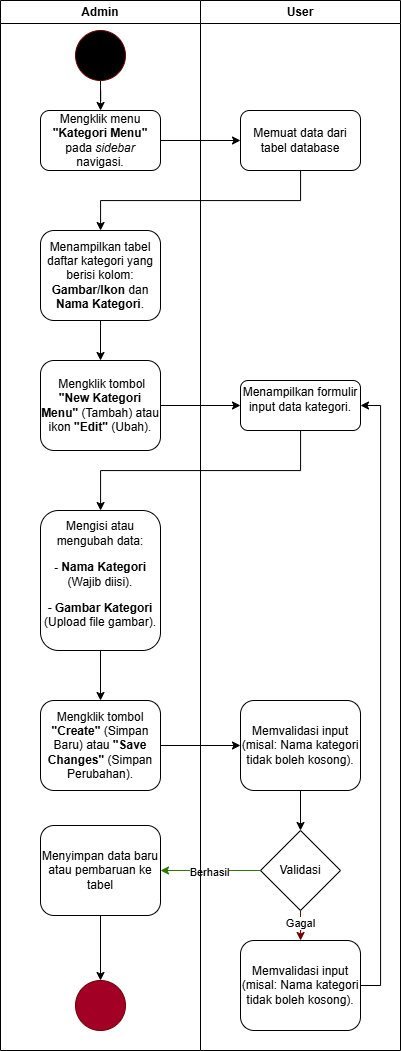
This is Docs/Use Case/activityfinal/Activity Diagram-Daftar Kategori.drawio.png from gustitriprayoga/Sistem-Pembayaran-QR, a draw.io export, as it was before one commit. Source tidied: cells renumbered, new cells last; positions are measured from the earlier drawing's top-left corner, leaving out a move shared by most shapes. Source of this version:
```xml
<mxGraphModel>
  <root>
    <mxCell id="0" />
    <mxCell id="1" parent="0" />
    <mxCell id="2" style="edgeStyle=orthogonalEdgeStyle;rounded=0;jettySize=auto;html=1;" parent="1" edge="1" source="3" target="5">
      <mxGeometry relative="1" as="geometry" />
    </mxCell>
    <mxCell id="3" value="Mengklik menu &lt;b&gt;&quot;Kategori Menu&quot;&lt;/b&gt; pada &lt;i&gt;sidebar&lt;/i&gt; navigasi." style="rounded=1;whiteSpace=wrap;html=1;" parent="1" vertex="1">
      <mxGeometry x="40" y="110" width="120" height="60" as="geometry" />
    </mxCell>
    <mxCell id="4" style="edgeStyle=orthogonalEdgeStyle;rounded=0;jettySize=auto;html=1;" parent="1" edge="1" source="5" target="7">
      <mxGeometry relative="1" as="geometry">
        <Array as="points">
          <mxPoint x="300" y="200" />
          <mxPoint x="100" y="200" />
        </Array>
      </mxGeometry>
    </mxCell>
    <mxCell id="5" value="Memuat data dari tabel database" style="rounded=1;whiteSpace=wrap;html=1;" parent="1" vertex="1">
      <mxGeometry x="240" y="110" width="120" height="60" as="geometry" />
    </mxCell>
    <mxCell id="6" style="edgeStyle=orthogonalEdgeStyle;rounded=0;jettySize=auto;html=1;" parent="1" edge="1" source="7" target="9">
      <mxGeometry relative="1" as="geometry" />
    </mxCell>
    <mxCell id="7" value="Menampilkan tabel daftar kategori yang berisi kolom: &lt;b&gt;Gambar/Ikon&lt;/b&gt; dan &lt;b&gt;Nama Kategori&lt;/b&gt;." style="rounded=1;whiteSpace=wrap;html=1;" parent="1" vertex="1">
      <mxGeometry x="40" y="230" width="120" height="90" as="geometry" />
    </mxCell>
    <mxCell id="8" style="edgeStyle=orthogonalEdgeStyle;rounded=0;jettySize=auto;html=1;" parent="1" edge="1" source="9" target="11">
      <mxGeometry relative="1" as="geometry" />
    </mxCell>
    <mxCell id="9" value="&amp;nbsp;Mengklik tombol &lt;b&gt;&quot;New Kategori Menu&quot;&lt;/b&gt; (Tambah) atau ikon &lt;b&gt;&quot;Edit&quot;&lt;/b&gt; (Ubah)." style="rounded=1;whiteSpace=wrap;html=1;" parent="1" vertex="1">
      <mxGeometry x="40" y="360" width="120" height="90" as="geometry" />
    </mxCell>
    <mxCell id="10" style="edgeStyle=orthogonalEdgeStyle;rounded=0;jettySize=auto;html=1;" parent="1" edge="1" source="11" target="13">
      <mxGeometry relative="1" as="geometry">
        <Array as="points">
          <mxPoint x="300" y="470" />
          <mxPoint x="100" y="470" />
        </Array>
      </mxGeometry>
    </mxCell>
    <mxCell id="11" value="Menampilkan formulir input data kategori.&lt;p&gt;&lt;/p&gt;" style="rounded=1;whiteSpace=wrap;html=1;" parent="1" vertex="1">
      <mxGeometry x="240" y="380" width="120" height="50" as="geometry" />
    </mxCell>
    <mxCell id="12" style="edgeStyle=orthogonalEdgeStyle;rounded=0;jettySize=auto;html=1;" parent="1" edge="1" source="13" target="15">
      <mxGeometry relative="1" as="geometry" />
    </mxCell>
    <mxCell id="13" value="Mengisi atau mengubah data:&lt;p&gt;&lt;/p&gt;&lt;div&gt;&lt;p&gt; &lt;b&gt;- Nama Kategori&lt;/b&gt; (Wajib diisi).&lt;/p&gt;&lt;p&gt;- &lt;b&gt;Gambar Kategori&lt;/b&gt; (Upload file gambar).&lt;/p&gt;&lt;/div&gt;" style="rounded=1;whiteSpace=wrap;html=1;" parent="1" vertex="1">
      <mxGeometry x="40" y="510" width="120" height="140" as="geometry" />
    </mxCell>
    <mxCell id="14" style="edgeStyle=orthogonalEdgeStyle;rounded=0;jettySize=auto;html=1;" parent="1" edge="1" source="15" target="17">
      <mxGeometry relative="1" as="geometry" />
    </mxCell>
    <mxCell id="15" value="Mengklik tombol &lt;b&gt;&quot;Create&quot;&lt;/b&gt; (Simpan Baru) atau &lt;b&gt;&quot;Save Changes&quot;&lt;/b&gt; (Simpan Perubahan)." style="rounded=1;whiteSpace=wrap;html=1;" parent="1" vertex="1">
      <mxGeometry x="40" y="700" width="120" height="90" as="geometry" />
    </mxCell>
    <mxCell id="16" style="edgeStyle=orthogonalEdgeStyle;rounded=0;jettySize=auto;html=1;exitX=0.5;exitY=1;exitDx=0;exitDy=0;entryX=0.5;entryY=0;entryDx=0;entryDy=0;" parent="1" edge="1" source="17" target="22">
      <mxGeometry relative="1" as="geometry" />
    </mxCell>
    <mxCell id="17" value="Memvalidasi input (misal: Nama kategori tidak boleh kosong)." style="rounded=1;whiteSpace=wrap;html=1;" parent="1" vertex="1">
      <mxGeometry x="240" y="700" width="120" height="90" as="geometry" />
    </mxCell>
    <mxCell id="18" style="edgeStyle=orthogonalEdgeStyle;rounded=0;jettySize=auto;html=1;exitX=0.5;exitY=1;exitDx=0;exitDy=0;fillColor=#a20025;strokeColor=#6F0000;" parent="1" edge="1" source="22" target="24">
      <mxGeometry relative="1" as="geometry" />
    </mxCell>
    <mxCell id="19" value="Gagal" style="edgeLabel;html=1;align=center;verticalAlign=middle;" parent="18" vertex="1">
      <mxGeometry x="-0.54" y="-1" relative="1" as="geometry" />
    </mxCell>
    <mxCell id="20" style="edgeStyle=orthogonalEdgeStyle;rounded=0;jettySize=auto;html=1;exitX=0;exitY=0.5;exitDx=0;exitDy=0;entryX=1;entryY=0.5;entryDx=0;entryDy=0;fillColor=#60a917;strokeColor=#2D7600;" parent="1" edge="1" source="22" target="26">
      <mxGeometry relative="1" as="geometry" />
    </mxCell>
    <mxCell id="21" value="Berhasil" style="edgeLabel;html=1;align=center;verticalAlign=middle;" parent="20" vertex="1">
      <mxGeometry x="0.04" y="1" relative="1" as="geometry" />
    </mxCell>
    <mxCell id="22" value="Validasi" style="rhombus;whiteSpace=wrap;html=1;" parent="1" vertex="1">
      <mxGeometry x="260" y="830" width="80" height="80" as="geometry" />
    </mxCell>
    <mxCell id="23" style="edgeStyle=orthogonalEdgeStyle;rounded=0;jettySize=auto;html=1;exitX=1;exitY=0.5;exitDx=0;exitDy=0;entryX=1;entryY=0.5;entryDx=0;entryDy=0;" parent="1" edge="1" source="24" target="11">
      <mxGeometry relative="1" as="geometry" />
    </mxCell>
    <mxCell id="24" value="Memvalidasi input (misal: Nama kategori tidak boleh kosong)." style="rounded=1;whiteSpace=wrap;html=1;" parent="1" vertex="1">
      <mxGeometry x="240" y="940" width="120" height="90" as="geometry" />
    </mxCell>
    <mxCell id="25" style="edgeStyle=orthogonalEdgeStyle;rounded=0;jettySize=auto;html=1;exitX=0.5;exitY=1;exitDx=0;exitDy=0;entryX=0.5;entryY=0;entryDx=0;entryDy=0;" parent="1" edge="1" source="26" target="27">
      <mxGeometry relative="1" as="geometry" />
    </mxCell>
    <mxCell id="26" value="Menyimpan data baru atau pembaruan ke tabel" style="rounded=1;whiteSpace=wrap;html=1;" parent="1" vertex="1">
      <mxGeometry x="40" y="825" width="120" height="90" as="geometry" />
    </mxCell>
    <mxCell id="27" style="ellipse;whiteSpace=wrap;html=1;fillColor=#a20025;fontColor=#ffffff;strokeColor=#6F0000;" parent="1" vertex="1">
      <mxGeometry x="75" y="980" width="50" height="50" as="geometry" />
    </mxCell>
    <mxCell id="28" style="edgeStyle=orthogonalEdgeStyle;rounded=0;jettySize=auto;html=1;exitX=0.5;exitY=1;exitDx=0;exitDy=0;" parent="1" edge="1" source="29" target="3">
      <mxGeometry relative="1" as="geometry" />
    </mxCell>
    <mxCell id="29" style="ellipse;whiteSpace=wrap;html=1;fillColor=#000000;fontColor=#ffffff;strokeColor=#6F0000;" parent="1" vertex="1">
      <mxGeometry x="75" y="30" width="50" height="50" as="geometry" />
    </mxCell>
    <mxCell id="30" value="Admin" style="swimlane;whiteSpace=wrap;html=1;" parent="1" vertex="1">
      <mxGeometry width="200" height="1050" as="geometry" />
    </mxCell>
    <mxCell id="31" value="User" style="swimlane;whiteSpace=wrap;html=1;" parent="1" vertex="1">
      <mxGeometry x="200" width="200" height="1050" as="geometry" />
    </mxCell>
  </root>
</mxGraphModel>
```
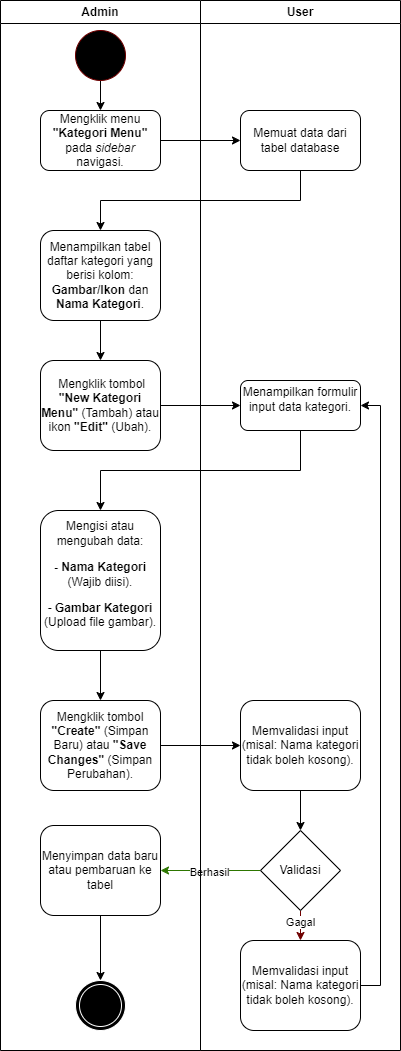
After the commit.

Change to the diagram source:
```diff
@@ -81,15 +81,12 @@
     <mxCell id="24" value="Memvalidasi input (misal: Nama kategori tidak boleh kosong)." style="rounded=1;whiteSpace=wrap;html=1;" parent="1" vertex="1">
       <mxGeometry x="240" y="940" width="120" height="90" as="geometry" />
     </mxCell>
-    <mxCell id="25" style="edgeStyle=orthogonalEdgeStyle;rounded=0;jettySize=auto;html=1;exitX=0.5;exitY=1;exitDx=0;exitDy=0;entryX=0.5;entryY=0;entryDx=0;entryDy=0;" parent="1" edge="1" source="26" target="27">
+    <mxCell id="25" style="edgeStyle=orthogonalEdgeStyle;rounded=0;jettySize=auto;html=1;exitX=0.5;exitY=1;exitDx=0;exitDy=0;entryX=0.5;entryY=0;entryDx=0;entryDy=0;" parent="1" edge="1" source="26" target="32">
       <mxGeometry relative="1" as="geometry" />
     </mxCell>
     <mxCell id="26" value="Menyimpan data baru atau pembaruan ke tabel" style="rounded=1;whiteSpace=wrap;html=1;" parent="1" vertex="1">
       <mxGeometry x="40" y="825" width="120" height="90" as="geometry" />
     </mxCell>
-    <mxCell id="27" style="ellipse;whiteSpace=wrap;html=1;fillColor=#a20025;fontColor=#ffffff;strokeColor=#6F0000;" parent="1" vertex="1">
-      <mxGeometry x="75" y="980" width="50" height="50" as="geometry" />
-    </mxCell>
     <mxCell id="28" style="edgeStyle=orthogonalEdgeStyle;rounded=0;jettySize=auto;html=1;exitX=0.5;exitY=1;exitDx=0;exitDy=0;" parent="1" edge="1" source="29" target="3">
       <mxGeometry relative="1" as="geometry" />
     </mxCell>
@@ -99,6 +96,9 @@
     <mxCell id="30" value="Admin" style="swimlane;whiteSpace=wrap;html=1;" parent="1" vertex="1">
       <mxGeometry width="200" height="1050" as="geometry" />
     </mxCell>
+    <mxCell id="32" style="ellipse;shape=doubleEllipse;whiteSpace=wrap;html=1;fillColor=#000000;fontColor=#ffffff;strokeColor=#FFFFFF;" parent="30" vertex="1">
+      <mxGeometry x="75" y="980" width="50" height="50" as="geometry" />
+    </mxCell>
     <mxCell id="31" value="User" style="swimlane;whiteSpace=wrap;html=1;" parent="1" vertex="1">
       <mxGeometry x="200" width="200" height="1050" as="geometry" />
     </mxCell>
```
